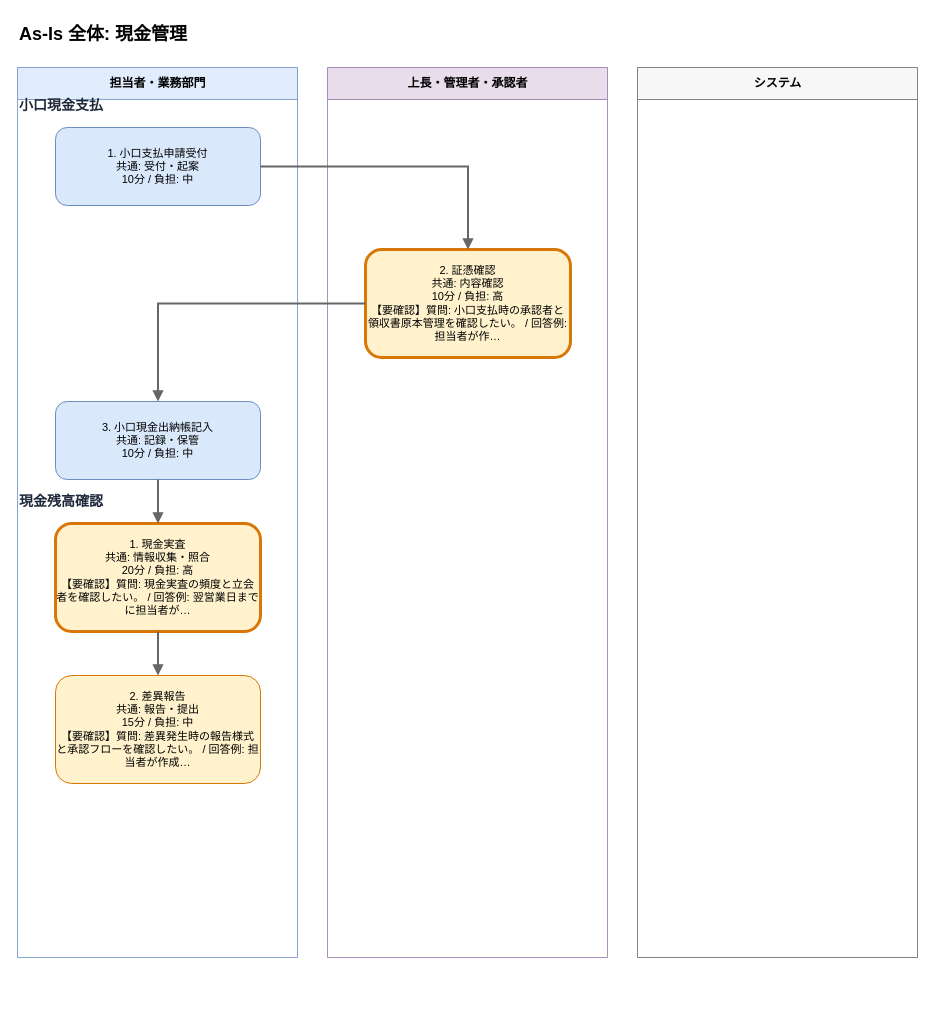
Earlier version of the draw.io diagram output/flows/asis_現金管理_20260608.drawio (Toshiki811/ai-business-analysis-heatmap). Source tidied: cells renumbered, new cells numbered last; positions are measured from the earlier drawing's top-left corner, leaving out a move shared by most shapes. Both pictures are drawn from the tidied source at 100%, with x=0, y=0 at pixel (17, 17).
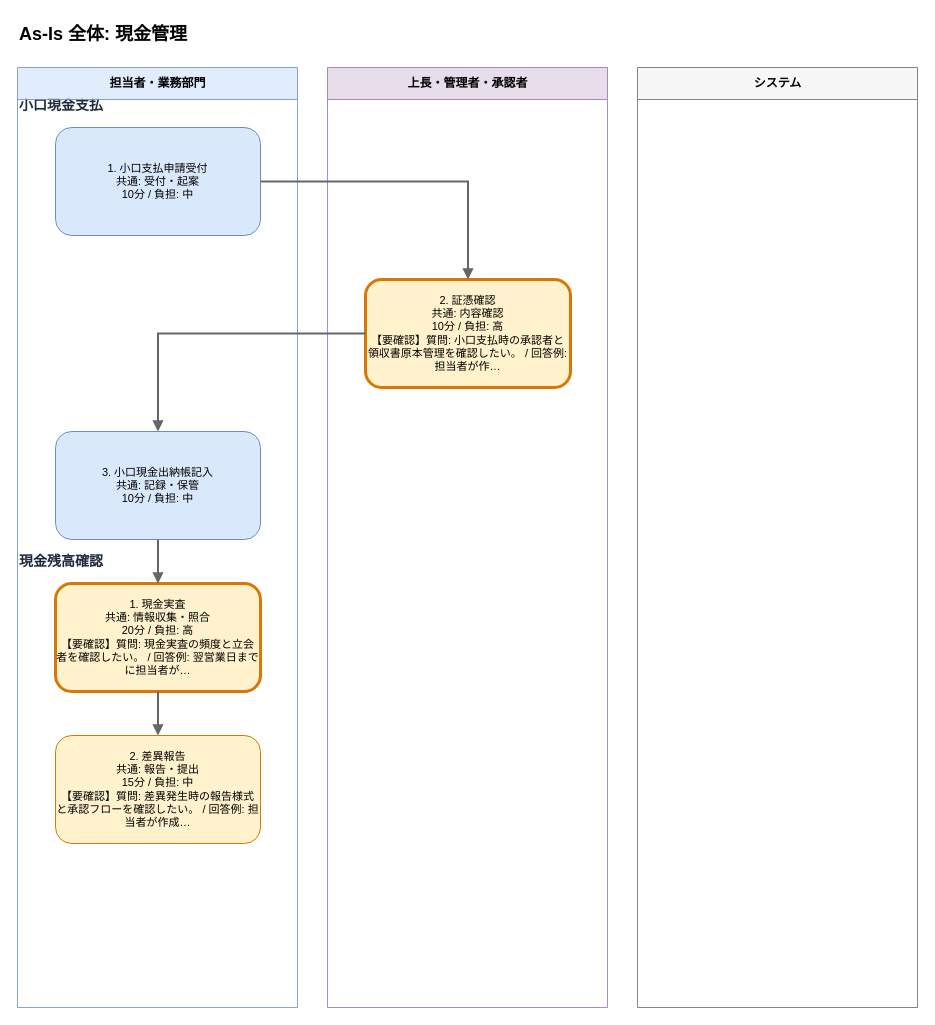
After the change.

What changed in the source:
```diff
@@
 <mxGraphModel>
   <root>
     <mxCell id="0" />
     <mxCell id="1" parent="0" />
+    <mxCell id="6" value="小口現金支払" style="text;html=1;strokeColor=none;fillColor=none;align=left;verticalAlign=middle;whiteSpace=wrap;fontSize=14;fontStyle=1;fontColor=#1e293b;" parent="1" vertex="1">
+      <mxGeometry y="76" width="860" height="24" as="geometry" />
+    </mxCell>
+    <mxCell id="12" value="現金残高確認" style="text;html=1;strokeColor=none;fillColor=none;align=left;verticalAlign=middle;whiteSpace=wrap;fontSize=14;fontStyle=1;fontColor=#1e293b;" parent="1" vertex="1">
+      <mxGeometry y="532" width="860" height="24" as="geometry" />
+    </mxCell>
     <mxCell id="2" value="As-Is 全体: 現金管理" style="text;html=1;strokeColor=none;fillColor=none;align=left;fontSize=18;fontStyle=1;" parent="1" vertex="1">
       <mxGeometry width="880" height="30" as="geometry" />
     </mxCell>
     <mxCell id="3" value="担当者・業務部門" style="swimlane;horizontal=1;startSize=32;html=1;fillColor=#dae8fc;strokeColor=#6c8ebf;fontSize=12;fontStyle=1;opacity=80;" parent="1" vertex="1">
-      <mxGeometry y="50" width="280" height="890" as="geometry" />
+      <mxGeometry y="50" width="280" height="940" as="geometry" />
     </mxCell>
     <mxCell id="4" value="上長・管理者・承認者" style="swimlane;horizontal=1;startSize=32;html=1;fillColor=#e1d5e7;strokeColor=#9673a6;fontSize=12;fontStyle=1;opacity=80;" parent="1" vertex="1">
-      <mxGeometry x="310" y="50" width="280" height="890" as="geometry" />
+      <mxGeometry x="310" y="50" width="280" height="940" as="geometry" />
     </mxCell>
     <mxCell id="5" value="システム" style="swimlane;horizontal=1;startSize=32;html=1;fillColor=#f5f5f5;strokeColor=#666666;fontSize=12;fontStyle=1;opacity=80;" parent="1" vertex="1">
-      <mxGeometry x="620" y="50" width="280" height="890" as="geometry" />
+      <mxGeometry x="620" y="50" width="280" height="940" as="geometry" />
     </mxCell>
-    <mxCell id="6" value="小口現金支払" style="text;html=1;strokeColor=none;fillColor=none;align=left;verticalAlign=middle;whiteSpace=wrap;fontSize=14;fontStyle=1;fontColor=#1e293b;" parent="1" vertex="1">
-      <mxGeometry y="76" width="860" height="24" as="geometry" />
-    </mxCell>
     <mxCell id="7" value="1. 小口支払申請受付&#10;共通: 受付・起案&#10;10分 / 負担: 中" style="rounded=1;whiteSpace=wrap;html=1;fillColor=#dae8fc;strokeColor=#6c8ebf;strokeWidth=1;fontSize=11;fontColor=#000000;" parent="1" vertex="1">
-      <mxGeometry x="38" y="110" width="205" height="78" as="geometry" />
+      <mxGeometry x="38" y="110" width="205" height="108" as="geometry" />
     </mxCell>
     <mxCell id="8" value="2. 証憑確認&#10;共通: 内容確認&#10;10分 / 負担: 高&#10;【要確認】質問: 小口支払時の承認者と領収書原本管理を確認したい。 / 回答例: 担当者が作…" style="rounded=1;whiteSpace=wrap;html=1;fillColor=#fff2cc;strokeColor=#d97706;strokeWidth=3;fontSize=11;fontColor=#000000;" parent="1" vertex="1">
-      <mxGeometry x="348" y="232" width="205" height="108" as="geometry" />
+      <mxGeometry x="348" y="262" width="205" height="108" as="geometry" />
     </mxCell>
+    <mxCell id="10" value="3. 小口現金出納帳記入&#10;共通: 記録・保管&#10;10分 / 負担: 中" style="rounded=1;whiteSpace=wrap;html=1;fillColor=#dae8fc;strokeColor=#6c8ebf;strokeWidth=1;fontSize=11;fontColor=#000000;" parent="1" vertex="1">
+      <mxGeometry x="38" y="414" width="205" height="108" as="geometry" />
+    </mxCell>
+    <mxCell id="13" value="1. 現金実査&#10;共通: 情報収集・照合&#10;20分 / 負担: 高&#10;【要確認】質問: 現金実査の頻度と立会者を確認したい。 / 回答例: 翌営業日までに担当者が…" style="rounded=1;whiteSpace=wrap;html=1;fillColor=#fff2cc;strokeColor=#d97706;strokeWidth=3;fontSize=11;fontColor=#000000;" parent="1" vertex="1">
+      <mxGeometry x="38" y="566" width="205" height="108" as="geometry" />
+    </mxCell>
+    <mxCell id="15" value="2. 差異報告&#10;共通: 報告・提出&#10;15分 / 負担: 中&#10;【要確認】質問: 差異発生時の報告様式と承認フローを確認したい。 / 回答例: 担当者が作成…" style="rounded=1;whiteSpace=wrap;html=1;fillColor=#fff2cc;strokeColor=#d97706;strokeWidth=1;fontSize=11;fontColor=#000000;" parent="1" vertex="1">
+      <mxGeometry x="38" y="718" width="205" height="108" as="geometry" />
+    </mxCell>
-    <mxCell id="9" style="edgeStyle=orthogonalEdgeStyle;rounded=0;html=1;strokeColor=#666666;strokeWidth=2;endArrow=block;endFill=1;" parent="1" edge="1" source="7" target="8">
+    <mxCell id="9" style="edgeStyle=orthogonalEdgeStyle;rounded=0;html=1;strokeColor=#666666;strokeWidth=2;endArrow=block;endFill=1;fontSize=11;fontColor=#1f2937;" parent="1" edge="1" source="7" target="8">
       <mxGeometry relative="1" as="geometry" />
     </mxCell>
-    <mxCell id="10" value="3. 小口現金出納帳記入&#10;共通: 記録・保管&#10;10分 / 負担: 中" style="rounded=1;whiteSpace=wrap;html=1;fillColor=#dae8fc;strokeColor=#6c8ebf;strokeWidth=1;fontSize=11;fontColor=#000000;" parent="1" vertex="1">
-      <mxGeometry x="38" y="384" width="205" height="78" as="geometry" />
-    </mxCell>
-    <mxCell id="11" style="edgeStyle=orthogonalEdgeStyle;rounded=0;html=1;strokeColor=#666666;strokeWidth=2;endArrow=block;endFill=1;" parent="1" edge="1" source="8" target="10">
+    <mxCell id="11" style="edgeStyle=orthogonalEdgeStyle;rounded=0;html=1;strokeColor=#666666;strokeWidth=2;endArrow=block;endFill=1;fontSize=11;fontColor=#1f2937;" parent="1" edge="1" source="8" target="10">
       <mxGeometry relative="1" as="geometry" />
     </mxCell>
-    <mxCell id="12" value="現金残高確認" style="text;html=1;strokeColor=none;fillColor=none;align=left;verticalAlign=middle;whiteSpace=wrap;fontSize=14;fontStyle=1;fontColor=#1e293b;" parent="1" vertex="1">
-      <mxGeometry y="472" width="860" height="24" as="geometry" />
-    </mxCell>
-    <mxCell id="13" value="1. 現金実査&#10;共通: 情報収集・照合&#10;20分 / 負担: 高&#10;【要確認】質問: 現金実査の頻度と立会者を確認したい。 / 回答例: 翌営業日までに担当者が…" style="rounded=1;whiteSpace=wrap;html=1;fillColor=#fff2cc;strokeColor=#d97706;strokeWidth=3;fontSize=11;fontColor=#000000;" parent="1" vertex="1">
-      <mxGeometry x="38" y="506" width="205" height="108" as="geometry" />
-    </mxCell>
-    <mxCell id="14" style="edgeStyle=orthogonalEdgeStyle;rounded=0;html=1;strokeColor=#666666;strokeWidth=2;endArrow=block;endFill=1;" parent="1" edge="1" source="10" target="13">
+    <mxCell id="14" style="edgeStyle=orthogonalEdgeStyle;rounded=0;html=1;strokeColor=#666666;strokeWidth=2;endArrow=block;endFill=1;fontSize=11;fontColor=#1f2937;" parent="1" edge="1" source="10" target="13">
       <mxGeometry relative="1" as="geometry" />
     </mxCell>
-    <mxCell id="15" value="2. 差異報告&#10;共通: 報告・提出&#10;15分 / 負担: 中&#10;【要確認】質問: 差異発生時の報告様式と承認フローを確認したい。 / 回答例: 担当者が作成…" style="rounded=1;whiteSpace=wrap;html=1;fillColor=#fff2cc;strokeColor=#d97706;strokeWidth=1;fontSize=11;fontColor=#000000;" parent="1" vertex="1">
-      <mxGeometry x="38" y="658" width="205" height="108" as="geometry" />
-    </mxCell>
-    <mxCell id="16" style="edgeStyle=orthogonalEdgeStyle;rounded=0;html=1;strokeColor=#666666;strokeWidth=2;endArrow=block;endFill=1;" parent="1" edge="1" source="13" target="15">
+    <mxCell id="16" style="edgeStyle=orthogonalEdgeStyle;rounded=0;html=1;strokeColor=#666666;strokeWidth=2;endArrow=block;endFill=1;fontSize=11;fontColor=#1f2937;" parent="1" edge="1" source="13" target="15">
       <mxGeometry relative="1" as="geometry" />
     </mxCell>
   </root>
 </mxGraphModel>
```
